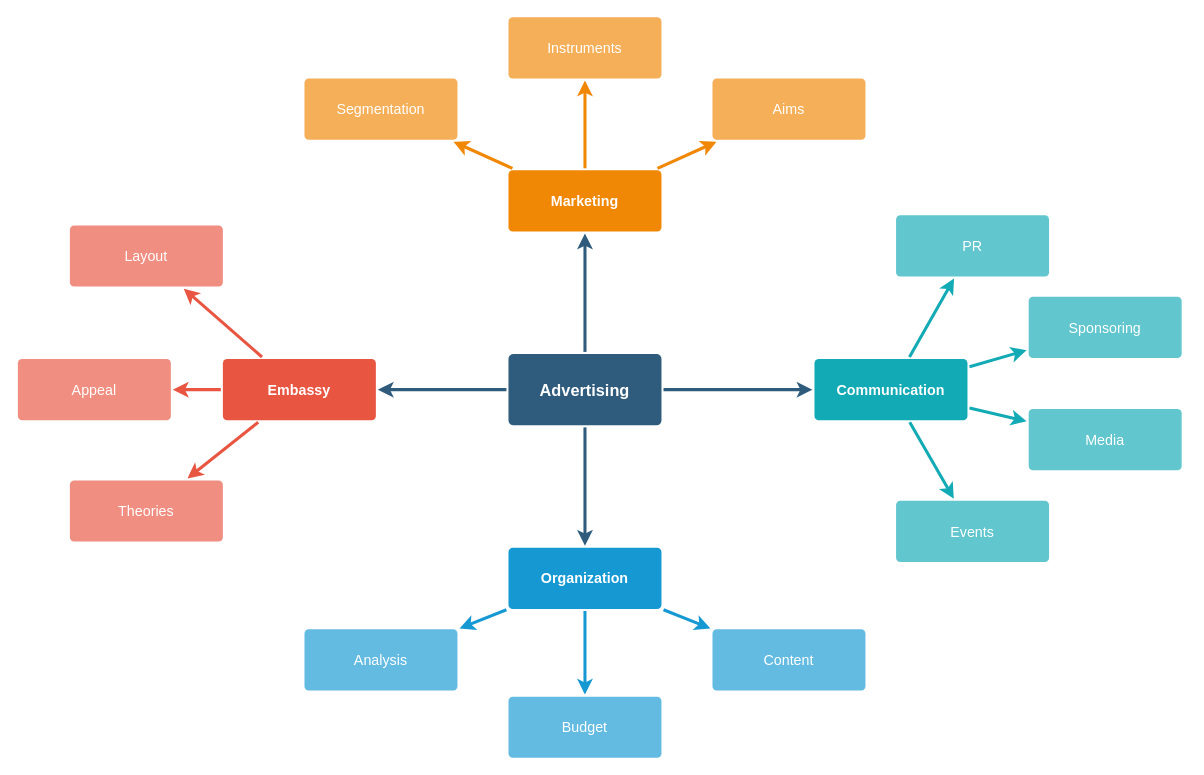
This is Test Types.drawio from DawidPrus96/Interview-task, a draw.io file, before an edit. Source tidied: cells renumbered, new cells numbered last; positions are measured from the earlier drawing's top-left corner, leaving out a move shared by most shapes. Both pictures are drawn from the tidied source at 102%, with x=0, y=0 at pixel (17, 16).
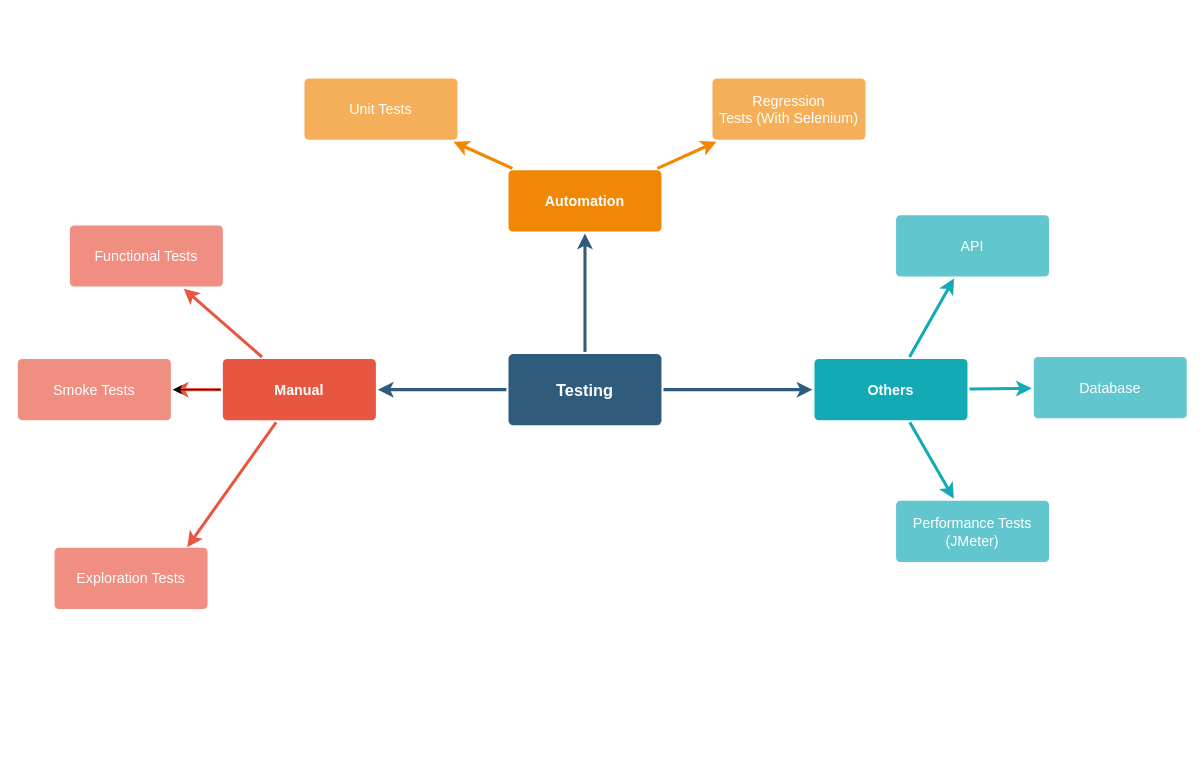
After the change.

What changed in the source:
```diff
@@
-    <mxCell id="4" style="edgeStyle=none;rounded=0;jumpStyle=none;html=1;shadow=0;labelBackgroundColor=none;startArrow=none;startFill=0;endArrow=classic;endFill=1;jettySize=auto;strokeColor=#2F5B7C;strokeWidth=3;fontFamily=Helvetica;fontSize=16;fontColor=#23445D;spacing=5;" parent="1" edge="1" source="6" target="17">
-      <mxGeometry relative="1" as="geometry" />
-    </mxCell>
@@
-    <mxCell id="6" value="Advertising" style="rounded=1;whiteSpace=wrap;html=1;shadow=0;labelBackgroundColor=none;strokeColor=none;strokeWidth=3;fillColor=#2F5B7C;fontFamily=Helvetica;fontSize=16;fontColor=#FFFFFF;align=center;fontStyle=1;spacing=5;arcSize=7;perimeterSpacing=2;" parent="1" vertex="1">
+    <mxCell id="6" value="Testing" style="rounded=1;whiteSpace=wrap;html=1;shadow=0;labelBackgroundColor=none;strokeColor=none;strokeWidth=3;fillColor=#2F5B7C;fontFamily=Helvetica;fontSize=16;fontColor=#FFFFFF;align=center;fontStyle=1;spacing=5;arcSize=7;perimeterSpacing=2;" parent="1" vertex="1">
       <mxGeometry x="481" y="330.5" width="150" height="70" as="geometry" />
     </mxCell>
@@
-    <mxCell id="9" style="edgeStyle=none;rounded=1;jumpStyle=none;html=1;shadow=0;labelBackgroundColor=none;startArrow=none;startFill=0;jettySize=auto;strokeColor=#E85642;strokeWidth=3;fontFamily=Helvetica;fontSize=14;fontColor=#FFFFFF;spacing=5;fontStyle=1;fillColor=#b0e3e6;" parent="1" edge="1" source="10" target="11">
-      <mxGeometry relative="1" as="geometry" />
-    </mxCell>
+    <mxCell id="37" style="edgeStyle=orthogonalEdgeStyle;rounded=0;jettySize=auto;html=1;" parent="1" edge="1" source="10" target="12">
+      <mxGeometry relative="1" as="geometry" />
+    </mxCell>
-    <mxCell id="10" value="Embassy" style="rounded=1;whiteSpace=wrap;html=1;shadow=0;labelBackgroundColor=none;strokeColor=none;strokeWidth=3;fillColor=#e85642;fontFamily=Helvetica;fontSize=14;fontColor=#FFFFFF;align=center;spacing=5;fontStyle=1;arcSize=7;perimeterSpacing=2;" parent="1" vertex="1">
+    <mxCell id="10" value="Manual" style="rounded=1;whiteSpace=wrap;html=1;shadow=0;labelBackgroundColor=none;strokeColor=none;strokeWidth=3;fillColor=#e85642;fontFamily=Helvetica;fontSize=14;fontColor=#FFFFFF;align=center;spacing=5;fontStyle=1;arcSize=7;perimeterSpacing=2;" parent="1" vertex="1">
       <mxGeometry x="201" y="335.5" width="150" height="60" as="geometry" />
     </mxCell>
-    <mxCell id="11" value="Theories" style="rounded=1;whiteSpace=wrap;html=1;shadow=0;labelBackgroundColor=none;strokeColor=none;strokeWidth=3;fillColor=#f08e81;fontFamily=Helvetica;fontSize=14;fontColor=#FFFFFF;align=center;spacing=5;fontStyle=0;arcSize=7;perimeterSpacing=2;" parent="1" vertex="1">
-      <mxGeometry x="51" y="454.5" width="150" height="60" as="geometry" />
-    </mxCell>
-    <mxCell id="12" value="Appeal" style="rounded=1;whiteSpace=wrap;html=1;shadow=0;labelBackgroundColor=none;strokeColor=none;strokeWidth=3;fillColor=#f08e81;fontFamily=Helvetica;fontSize=14;fontColor=#FFFFFF;align=center;spacing=5;fontStyle=0;arcSize=7;perimeterSpacing=2;" parent="1" vertex="1">
+    <mxCell id="12" value="Smoke Tests" style="rounded=1;whiteSpace=wrap;html=1;shadow=0;labelBackgroundColor=none;strokeColor=none;strokeWidth=3;fillColor=#f08e81;fontFamily=Helvetica;fontSize=14;fontColor=#FFFFFF;align=center;spacing=5;fontStyle=0;arcSize=7;perimeterSpacing=2;" parent="1" vertex="1">
       <mxGeometry y="335.5" width="150" height="60" as="geometry" />
     </mxCell>
-    <mxCell id="13" value="Layout" style="rounded=1;whiteSpace=wrap;html=1;shadow=0;labelBackgroundColor=none;strokeColor=none;strokeWidth=3;fillColor=#f08e81;fontFamily=Helvetica;fontSize=14;fontColor=#FFFFFF;align=center;spacing=5;fontStyle=0;arcSize=7;perimeterSpacing=2;" parent="1" vertex="1">
+    <mxCell id="13" value="Functional Tests" style="rounded=1;whiteSpace=wrap;html=1;shadow=0;labelBackgroundColor=none;strokeColor=none;strokeWidth=3;fillColor=#f08e81;fontFamily=Helvetica;fontSize=14;fontColor=#FFFFFF;align=center;spacing=5;fontStyle=0;arcSize=7;perimeterSpacing=2;" parent="1" vertex="1">
       <mxGeometry x="51" y="204.5" width="150" height="60" as="geometry" />
     </mxCell>
-    <mxCell id="14" style="edgeStyle=none;rounded=0;jumpStyle=none;html=1;shadow=0;labelBackgroundColor=none;startArrow=none;startFill=0;endArrow=classic;endFill=1;jettySize=auto;strokeColor=#1699D3;strokeWidth=3;fontFamily=Helvetica;fontSize=14;fontColor=#FFFFFF;spacing=5;" parent="1" edge="1" source="17" target="20">
-      <mxGeometry relative="1" as="geometry" />
-    </mxCell>
-    <mxCell id="15" style="edgeStyle=none;rounded=0;jumpStyle=none;html=1;shadow=0;labelBackgroundColor=none;startArrow=none;startFill=0;endArrow=classic;endFill=1;jettySize=auto;strokeColor=#1699D3;strokeWidth=3;fontFamily=Helvetica;fontSize=14;fontColor=#FFFFFF;spacing=5;" parent="1" edge="1" source="17" target="19">
-      <mxGeometry relative="1" as="geometry" />
-    </mxCell>
-    <mxCell id="16" style="edgeStyle=none;rounded=0;jumpStyle=none;html=1;shadow=0;labelBackgroundColor=none;startArrow=none;startFill=0;endArrow=classic;endFill=1;jettySize=auto;strokeColor=#1699D3;strokeWidth=3;fontFamily=Helvetica;fontSize=14;fontColor=#FFFFFF;spacing=5;" parent="1" edge="1" source="17" target="18">
-      <mxGeometry relative="1" as="geometry" />
-    </mxCell>
-    <mxCell id="17" value="Organization" style="rounded=1;whiteSpace=wrap;html=1;shadow=0;labelBackgroundColor=none;strokeColor=none;strokeWidth=3;fillColor=#1699d3;fontFamily=Helvetica;fontSize=14;fontColor=#FFFFFF;align=center;spacing=5;fontStyle=1;arcSize=7;perimeterSpacing=2;" parent="1" vertex="1">
-      <mxGeometry x="481" y="520.5" width="150" height="60" as="geometry" />
-    </mxCell>
-    <mxCell id="18" value="Content" style="rounded=1;whiteSpace=wrap;html=1;shadow=0;labelBackgroundColor=none;strokeColor=none;strokeWidth=3;fillColor=#64bbe2;fontFamily=Helvetica;fontSize=14;fontColor=#FFFFFF;align=center;spacing=5;arcSize=7;perimeterSpacing=2;" parent="1" vertex="1">
-      <mxGeometry x="681" y="600.5" width="150" height="60" as="geometry" />
-    </mxCell>
-    <mxCell id="19" value="Budget" style="rounded=1;whiteSpace=wrap;html=1;shadow=0;labelBackgroundColor=none;strokeColor=none;strokeWidth=3;fillColor=#64bbe2;fontFamily=Helvetica;fontSize=14;fontColor=#FFFFFF;align=center;spacing=5;arcSize=7;perimeterSpacing=2;" parent="1" vertex="1">
-      <mxGeometry x="481" y="666.5" width="150" height="60" as="geometry" />
-    </mxCell>
-    <mxCell id="20" value="Analysis" style="rounded=1;whiteSpace=wrap;html=1;shadow=0;labelBackgroundColor=none;strokeColor=none;strokeWidth=3;fillColor=#64bbe2;fontFamily=Helvetica;fontSize=14;fontColor=#FFFFFF;align=center;spacing=5;arcSize=7;perimeterSpacing=2;" parent="1" vertex="1">
-      <mxGeometry x="281" y="600.5" width="150" height="60" as="geometry" />
-    </mxCell>
-    <mxCell id="21" value="Marketing" style="rounded=1;whiteSpace=wrap;html=1;shadow=0;labelBackgroundColor=none;strokeColor=none;strokeWidth=3;fillColor=#F08705;fontFamily=Helvetica;fontSize=14;fontColor=#FFFFFF;align=center;spacing=5;fontStyle=1;arcSize=7;perimeterSpacing=2;" parent="1" vertex="1">
+    <mxCell id="21" value="Automation" style="rounded=1;whiteSpace=wrap;html=1;shadow=0;labelBackgroundColor=none;strokeColor=none;strokeWidth=3;fillColor=#F08705;fontFamily=Helvetica;fontSize=14;fontColor=#FFFFFF;align=center;spacing=5;fontStyle=1;arcSize=7;perimeterSpacing=2;" parent="1" vertex="1">
       <mxGeometry x="481" y="150.5" width="150" height="60" as="geometry" />
     </mxCell>
-    <mxCell id="22" value="Aims&lt;br&gt;" style="rounded=1;whiteSpace=wrap;html=1;shadow=0;labelBackgroundColor=none;strokeColor=none;strokeWidth=3;fillColor=#f5af58;fontFamily=Helvetica;fontSize=14;fontColor=#FFFFFF;align=center;spacing=5;arcSize=7;perimeterSpacing=2;" parent="1" vertex="1">
+    <mxCell id="22" value="Regression Tests&amp;nbsp;(With Selenium)" style="rounded=1;whiteSpace=wrap;html=1;shadow=0;labelBackgroundColor=none;strokeColor=none;strokeWidth=3;fillColor=#f5af58;fontFamily=Helvetica;fontSize=14;fontColor=#FFFFFF;align=center;spacing=5;arcSize=7;perimeterSpacing=2;" parent="1" vertex="1">
       <mxGeometry x="681" y="60.5" width="150" height="60" as="geometry" />
     </mxCell>
@@
-    <mxCell id="24" value="Instruments" style="rounded=1;whiteSpace=wrap;html=1;shadow=0;labelBackgroundColor=none;strokeColor=none;strokeWidth=3;fillColor=#f5af58;fontFamily=Helvetica;fontSize=14;fontColor=#FFFFFF;align=center;spacing=5;arcSize=7;perimeterSpacing=2;" parent="1" vertex="1">
-      <mxGeometry x="481" y="0.5" width="150" height="60" as="geometry" />
-    </mxCell>
-    <mxCell id="25" style="edgeStyle=none;rounded=0;jumpStyle=none;html=1;shadow=0;labelBackgroundColor=none;startArrow=none;startFill=0;endArrow=classic;endFill=1;jettySize=auto;strokeColor=#F08705;strokeWidth=3;fontFamily=Helvetica;fontSize=14;fontColor=#FFFFFF;spacing=5;" parent="1" edge="1" source="21" target="24">
-      <mxGeometry relative="1" as="geometry" />
-    </mxCell>
-    <mxCell id="26" value="Segmentation" style="rounded=1;whiteSpace=wrap;html=1;shadow=0;labelBackgroundColor=none;strokeColor=none;strokeWidth=3;fillColor=#f5af58;fontFamily=Helvetica;fontSize=14;fontColor=#FFFFFF;align=center;spacing=5;arcSize=7;perimeterSpacing=2;" parent="1" vertex="1">
+    <mxCell id="26" value="Unit Tests" style="rounded=1;whiteSpace=wrap;html=1;shadow=0;labelBackgroundColor=none;strokeColor=none;strokeWidth=3;fillColor=#f5af58;fontFamily=Helvetica;fontSize=14;fontColor=#FFFFFF;align=center;spacing=5;arcSize=7;perimeterSpacing=2;" parent="1" vertex="1">
       <mxGeometry x="281" y="60.5" width="150" height="60" as="geometry" />
     </mxCell>
@@
-    <mxCell id="28" value="Communication" style="rounded=1;whiteSpace=wrap;html=1;shadow=0;labelBackgroundColor=none;strokeColor=none;strokeWidth=3;fillColor=#12aab5;fontFamily=Helvetica;fontSize=14;fontColor=#FFFFFF;align=center;spacing=5;fontStyle=1;arcSize=7;perimeterSpacing=2;" parent="1" vertex="1">
+    <mxCell id="28" value="Others" style="rounded=1;whiteSpace=wrap;html=1;shadow=0;labelBackgroundColor=none;strokeColor=none;strokeWidth=3;fillColor=#12aab5;fontFamily=Helvetica;fontSize=14;fontColor=#FFFFFF;align=center;spacing=5;fontStyle=1;arcSize=7;perimeterSpacing=2;" parent="1" vertex="1">
       <mxGeometry x="781" y="335.5" width="150" height="60" as="geometry" />
     </mxCell>
-    <mxCell id="29" value="Events" style="rounded=1;whiteSpace=wrap;html=1;shadow=0;labelBackgroundColor=none;strokeColor=none;strokeWidth=3;fillColor=#61c6ce;fontFamily=Helvetica;fontSize=14;fontColor=#FFFFFF;align=center;spacing=5;fontStyle=0;arcSize=7;perimeterSpacing=2;" parent="1" vertex="1">
+    <mxCell id="29" value="Performance Tests (JMeter)" style="rounded=1;whiteSpace=wrap;html=1;shadow=0;labelBackgroundColor=none;strokeColor=none;strokeWidth=3;fillColor=#61c6ce;fontFamily=Helvetica;fontSize=14;fontColor=#FFFFFF;align=center;spacing=5;fontStyle=0;arcSize=7;perimeterSpacing=2;" parent="1" vertex="1">
       <mxGeometry x="861" y="474.5" width="150" height="60" as="geometry" />
     </mxCell>
@@
-    <mxCell id="31" value="Media" style="rounded=1;whiteSpace=wrap;html=1;shadow=0;labelBackgroundColor=none;strokeColor=none;strokeWidth=3;fillColor=#61c6ce;fontFamily=Helvetica;fontSize=14;fontColor=#FFFFFF;align=center;spacing=5;fontStyle=0;arcSize=7;perimeterSpacing=2;" parent="1" vertex="1">
-      <mxGeometry x="991" y="384.5" width="150" height="60" as="geometry" />
-    </mxCell>
-    <mxCell id="32" style="edgeStyle=none;rounded=1;jumpStyle=none;html=1;shadow=0;labelBackgroundColor=none;startArrow=none;startFill=0;jettySize=auto;strokeColor=#12AAB5;strokeWidth=3;fontFamily=Helvetica;fontSize=14;fontColor=#FFFFFF;spacing=5;fontStyle=1;fillColor=#b0e3e6;" parent="1" edge="1" source="28" target="31">
-      <mxGeometry relative="1" as="geometry" />
-    </mxCell>
-    <mxCell id="33" value="Sponsoring" style="rounded=1;whiteSpace=wrap;html=1;shadow=0;labelBackgroundColor=none;strokeColor=none;strokeWidth=3;fillColor=#61c6ce;fontFamily=Helvetica;fontSize=14;fontColor=#FFFFFF;align=center;spacing=5;fontStyle=0;arcSize=7;perimeterSpacing=2;" parent="1" vertex="1">
-      <mxGeometry x="991" y="274.5" width="150" height="60" as="geometry" />
+    <mxCell id="33" value="Database" style="rounded=1;whiteSpace=wrap;html=1;shadow=0;labelBackgroundColor=none;strokeColor=none;strokeWidth=3;fillColor=#61c6ce;fontFamily=Helvetica;fontSize=14;fontColor=#FFFFFF;align=center;spacing=5;fontStyle=0;arcSize=7;perimeterSpacing=2;" parent="1" vertex="1">
+      <mxGeometry x="996" y="333.5" width="150" height="60" as="geometry" />
     </mxCell>
@@
-    <mxCell id="35" value="PR" style="rounded=1;whiteSpace=wrap;html=1;shadow=0;labelBackgroundColor=none;strokeColor=none;strokeWidth=3;fillColor=#61c6ce;fontFamily=Helvetica;fontSize=14;fontColor=#FFFFFF;align=center;spacing=5;fontStyle=0;arcSize=7;perimeterSpacing=2;" parent="1" vertex="1">
+    <mxCell id="35" value="API" style="rounded=1;whiteSpace=wrap;html=1;shadow=0;labelBackgroundColor=none;strokeColor=none;strokeWidth=3;fillColor=#61c6ce;fontFamily=Helvetica;fontSize=14;fontColor=#FFFFFF;align=center;spacing=5;fontStyle=0;arcSize=7;perimeterSpacing=2;" parent="1" vertex="1">
       <mxGeometry x="861" y="194.5" width="150" height="60" as="geometry" />
     </mxCell>
@@
+    <mxCell id="38" style="edgeStyle=none;rounded=1;jumpStyle=none;html=1;shadow=0;labelBackgroundColor=none;startArrow=none;startFill=0;jettySize=auto;strokeColor=#E85642;strokeWidth=3;fontFamily=Helvetica;fontSize=14;fontColor=#FFFFFF;spacing=5;fontStyle=1;fillColor=#b0e3e6;" parent="1" edge="1" source="10">
+      <mxGeometry relative="1" as="geometry">
+        <mxPoint x="166" y="520" as="targetPoint" />
+      </mxGeometry>
+    </mxCell>
+    <mxCell id="39" value="Exploration Tests" style="rounded=1;whiteSpace=wrap;html=1;shadow=0;labelBackgroundColor=none;strokeColor=none;strokeWidth=3;fillColor=#f08e81;fontFamily=Helvetica;fontSize=14;fontColor=#FFFFFF;align=center;spacing=5;fontStyle=0;arcSize=7;perimeterSpacing=2;" parent="1" vertex="1">
+      <mxGeometry x="36" y="520.5" width="150" height="60" as="geometry" />
+    </mxCell>
```
